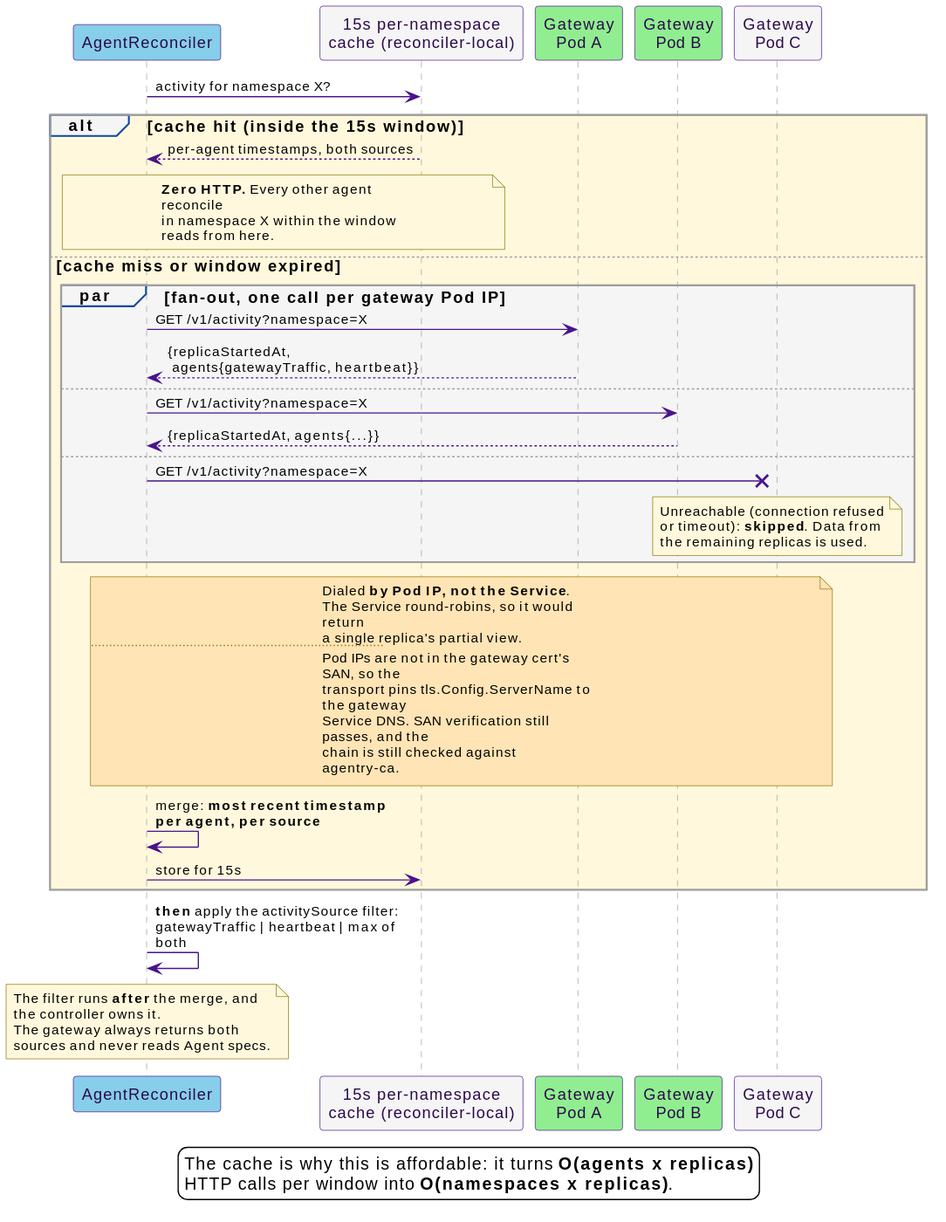
Before: docs/src/diagrams/activity-fanout.svg, a diagram exported from PlantUML (win07xp/kaalm). Source of this version:
```plantuml
@startuml
!include _style.puml

participant "AgentReconciler" as rec #87CEEB
participant "15s per-namespace\ncache (reconciler-local)" as cache #F5F5F5
participant "Gateway\nPod A" as gwA #90EE90
participant "Gateway\nPod B" as gwB #90EE90
participant "Gateway\nPod C" as gwC #F5F5F5

rec -> cache : activity for namespace X?

alt #FFF8DC cache hit (inside the 15s window)
  cache --> rec : per-agent timestamps, both sources
  note over rec, cache
    **Zero HTTP.** Every other agent reconcile
    in namespace X within the window reads from here.
  end note

else cache miss or window expired
  par #F5F5F5 fan-out, one call per gateway Pod IP
    rec -> gwA : GET /v1/activity?namespace=X
    gwA --> rec : {replicaStartedAt,\n agents{gatewayTraffic, heartbeat}}
  else
    rec -> gwB : GET /v1/activity?namespace=X
    gwB --> rec : {replicaStartedAt, agents{...}}
  else
    rec ->x gwC : GET /v1/activity?namespace=X
    note over gwC
      Unreachable (connection refused
      or timeout): **skipped**. Data from
      the remaining replicas is used.
    end note
  end

  note over rec, gwC #FFE4B5
    Dialed **by Pod IP, not the Service**.
    The Service round-robins, so it would return
    a single replica's partial view.
    ....
    Pod IPs are not in the gateway cert's SAN, so the
    transport pins tls.Config.ServerName to the gateway
    Service DNS. SAN verification still passes, and the
    chain is still checked against agentry-ca.
  end note

  rec -> rec : merge: **most recent timestamp**\n**per agent, per source**
  rec -> cache : store for 15s
end

rec -> rec : **then** apply the activitySource filter:\ngatewayTraffic | heartbeat | max of both

note over rec
  The filter runs **after** the merge, and the controller owns it.
  The gateway always returns both sources and never reads Agent specs.
end note

legend bottom
  The cache is why this is affordable: it turns **O(agents x replicas)**
  HTTP calls per window into **O(namespaces x replicas)**.
endlegend
@enduml
```
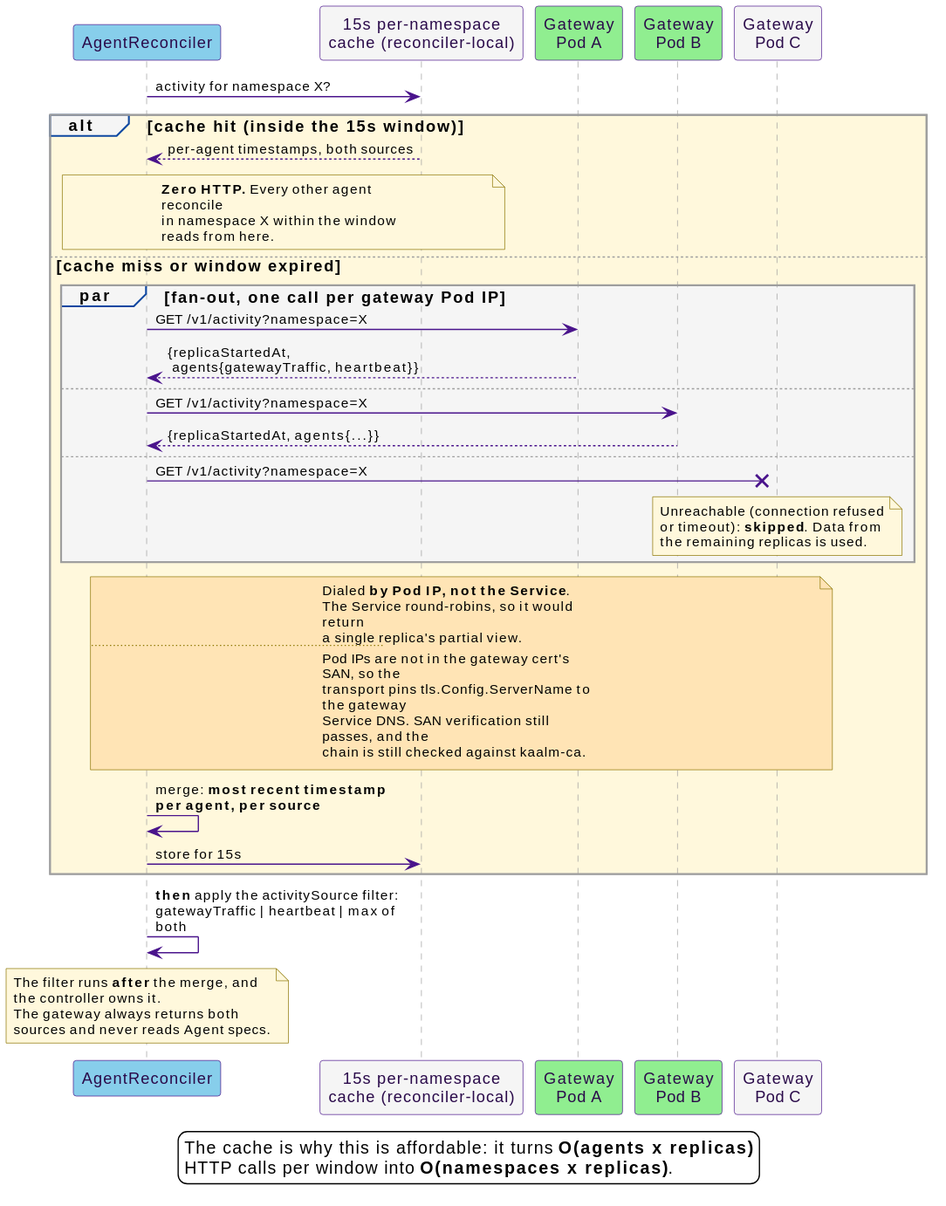
Above is the later version.

What changed in the source:
```diff
@@ -40,7 +40,7 @@
     Pod IPs are not in the gateway cert's SAN, so the
     transport pins tls.Config.ServerName to the gateway
     Service DNS. SAN verification still passes, and the
-    chain is still checked against agentry-ca.
+    chain is still checked against kaalm-ca.
   end note
 
   rec -> rec : merge: **most recent timestamp**\n**per agent, per source**
```
